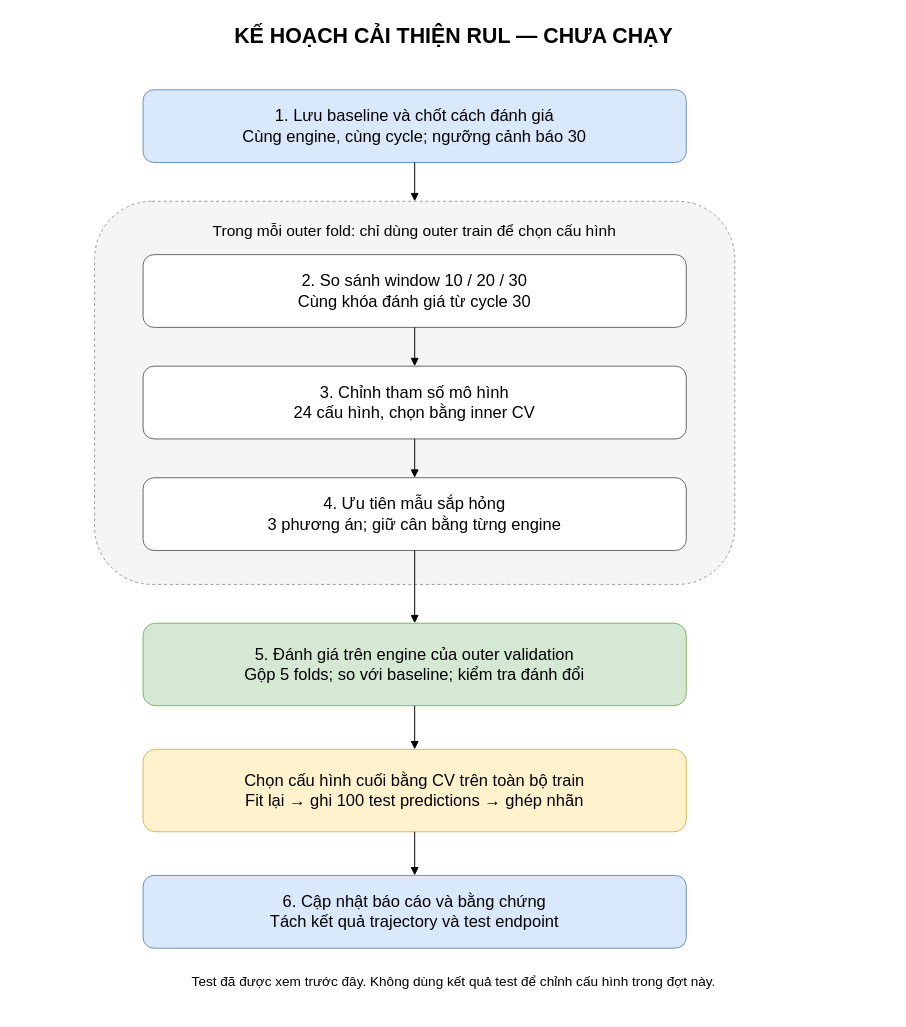
Before: assets/diagrams/rul-improvement-plan.drawio in ti014/tinasa-cmapss-rul-prediction, a draw.io diagram. Source tidied: cells renumbered, new cells numbered last; positions are measured from the earlier drawing's top-left corner, leaving out a move shared by most shapes. Both pictures are drawn from the tidied source at 97%, with x=0, y=0 at pixel (16, 16).
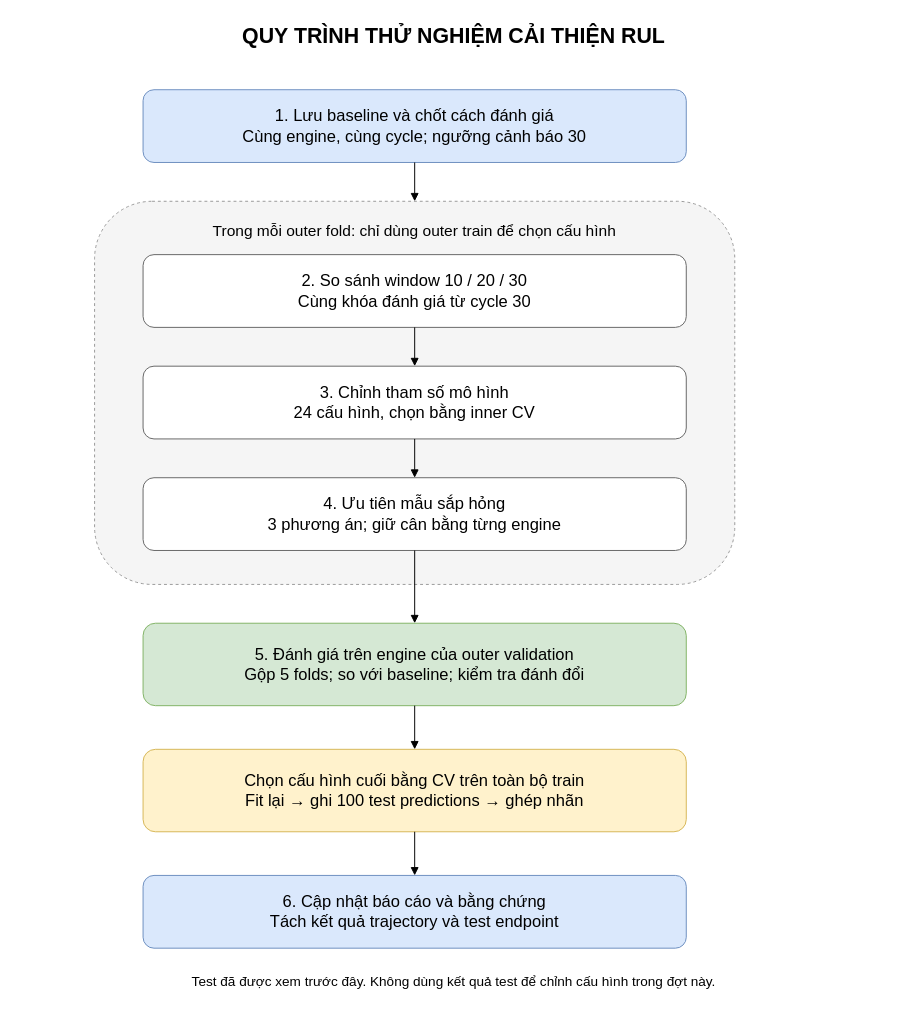
Above is the later version.

The edit, as a diff of the source:
```diff
@@
 <mxGraphModel>
   <root>
     <mxCell id="0" />
     <mxCell id="1" parent="0" />
-    <mxCell id="2" value="KẾ HOẠCH CẢI THIỆN RUL — CHƯA CHẠY" style="text;html=1;fontSize=22;fontStyle=1;align=center;" parent="1" vertex="1">
+    <mxCell id="2" value="QUY TRÌNH THỬ NGHIỆM CẢI THIỆN RUL" style="text;html=1;fontSize=22;fontStyle=1;align=center;" parent="1" vertex="1">
       <mxGeometry width="900" height="45" as="geometry" />
     </mxCell>
     <mxCell id="3" value="1. Lưu baseline và chốt cách đánh giá&lt;br&gt;Cùng engine, cùng cycle; ngưỡng cảnh báo 30" style="rounded=1;whiteSpace=wrap;html=1;fillColor=#dae8fc;strokeColor=#6c8ebf;fontSize=17;" parent="1" vertex="1">
       <mxGeometry x="130" y="75" width="560" height="75" as="geometry" />
     </mxCell>
     <mxCell id="4" value="Trong mỗi outer fold: chỉ dùng outer train để chọn cấu hình" style="rounded=1;whiteSpace=wrap;html=1;verticalAlign=top;spacingTop=14;fillColor=#f5f5f5;strokeColor=#999999;dashed=1;fontSize=16;" parent="1" vertex="1">
       <mxGeometry x="80" y="190" width="660" height="395" as="geometry" />
     </mxCell>
     <mxCell id="5" value="2. So sánh window 10 / 20 / 30&lt;br&gt;Cùng khóa đánh giá từ cycle 30" style="rounded=1;whiteSpace=wrap;html=1;fillColor=#ffffff;strokeColor=#666666;fontSize=17;" parent="1" vertex="1">
       <mxGeometry x="130" y="245" width="560" height="75" as="geometry" />
     </mxCell>
     <mxCell id="6" value="3. Chỉnh tham số mô hình&lt;br&gt;24 cấu hình, chọn bằng inner CV" style="rounded=1;whiteSpace=wrap;html=1;fillColor=#ffffff;strokeColor=#666666;fontSize=17;" parent="1" vertex="1">
       <mxGeometry x="130" y="360" width="560" height="75" as="geometry" />
     </mxCell>
     <mxCell id="7" value="4. Ưu tiên mẫu sắp hỏng&lt;br&gt;3 phương án; giữ cân bằng từng engine" style="rounded=1;whiteSpace=wrap;html=1;fillColor=#ffffff;strokeColor=#666666;fontSize=17;" parent="1" vertex="1">
       <mxGeometry x="130" y="475" width="560" height="75" as="geometry" />
     </mxCell>
     <mxCell id="8" value="5. Đánh giá trên engine của outer validation&lt;br&gt;Gộp 5 folds; so với baseline; kiểm tra đánh đổi" style="rounded=1;whiteSpace=wrap;html=1;fillColor=#d5e8d4;strokeColor=#82b366;fontSize=17;" parent="1" vertex="1">
       <mxGeometry x="130" y="625" width="560" height="85" as="geometry" />
     </mxCell>
     <mxCell id="9" value="Chọn cấu hình cuối bằng CV trên toàn bộ train&lt;br&gt;Fit lại → ghi 100 test predictions → ghép nhãn" style="rounded=1;whiteSpace=wrap;html=1;fillColor=#fff2cc;strokeColor=#d6b656;fontSize=17;" parent="1" vertex="1">
       <mxGeometry x="130" y="755" width="560" height="85" as="geometry" />
     </mxCell>
     <mxCell id="10" value="6. Cập nhật báo cáo và bằng chứng&lt;br&gt;Tách kết quả trajectory và test endpoint" style="rounded=1;whiteSpace=wrap;html=1;fillColor=#dae8fc;strokeColor=#6c8ebf;fontSize=17;" parent="1" vertex="1">
       <mxGeometry x="130" y="885" width="560" height="75" as="geometry" />
     </mxCell>
     <mxCell id="11" value="Test đã được xem trước đây. Không dùng kết quả test để chỉnh cấu hình trong đợt này." style="text;html=1;fontSize=14;align=center;" parent="1" vertex="1">
       <mxGeometry y="980" width="900" height="45" as="geometry" />
     </mxCell>
     <mxCell id="12" style="edgeStyle=orthogonalEdgeStyle;endArrow=block;html=1;" parent="1" edge="1" source="3" target="4">
       <mxGeometry relative="1" as="geometry" />
     </mxCell>
     <mxCell id="13" style="edgeStyle=orthogonalEdgeStyle;endArrow=block;html=1;" parent="1" edge="1" source="5" target="6">
       <mxGeometry relative="1" as="geometry" />
     </mxCell>
     <mxCell id="14" style="edgeStyle=orthogonalEdgeStyle;endArrow=block;html=1;" parent="1" edge="1" source="6" target="7">
       <mxGeometry relative="1" as="geometry" />
     </mxCell>
     <mxCell id="15" style="edgeStyle=orthogonalEdgeStyle;endArrow=block;html=1;" parent="1" edge="1" source="7" target="8">
       <mxGeometry relative="1" as="geometry" />
     </mxCell>
     <mxCell id="16" style="edgeStyle=orthogonalEdgeStyle;endArrow=block;html=1;" parent="1" edge="1" source="8" target="9">
       <mxGeometry relative="1" as="geometry" />
     </mxCell>
     <mxCell id="17" style="edgeStyle=orthogonalEdgeStyle;endArrow=block;html=1;" parent="1" edge="1" source="9" target="10">
       <mxGeometry relative="1" as="geometry" />
     </mxCell>
   </root>
 </mxGraphModel>
```
